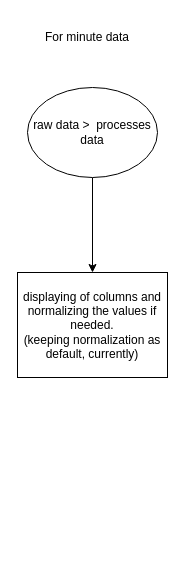
The draw.io diagram idea_viz.drawio in ryuzaki-ved/market_visualizations, before the edit. Source tidied: cells renumbered, new cells numbered last; positions are measured from the earlier drawing's top-left corner, leaving out a move shared by most shapes. Both pictures are drawn from the tidied source at 100%, with x=0, y=0 at pixel (17, 17).
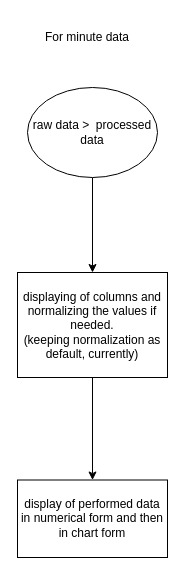
After the change.

Change to the diagram source:
```diff
@@
 <mxGraphModel>
   <root>
     <mxCell id="0" />
     <mxCell id="1" parent="0" />
     <mxCell id="2" value="For minute data" style="text;strokeColor=none;align=center;fillColor=none;html=1;verticalAlign=middle;whiteSpace=wrap;rounded=0;" parent="1" vertex="1">
       <mxGeometry x="20" width="100" height="40" as="geometry" />
     </mxCell>
     <mxCell id="3" style="edgeStyle=none;html=1;" parent="1" edge="1" source="4" target="5">
       <mxGeometry relative="1" as="geometry" />
     </mxCell>
-    <mxCell id="4" value="raw data &amp;gt;&amp;nbsp; processes data" style="ellipse;whiteSpace=wrap;html=1;" parent="1" vertex="1">
+    <mxCell id="4" value="raw data &amp;gt;&amp;nbsp; processed data" style="ellipse;whiteSpace=wrap;html=1;" parent="1" vertex="1">
       <mxGeometry x="10" y="70" width="130" height="90" as="geometry" />
     </mxCell>
+    <mxCell id="6" style="edgeStyle=none;html=1;" parent="1" edge="1" source="5" target="7">
+      <mxGeometry relative="1" as="geometry" />
+    </mxCell>
     <mxCell id="5" value="displaying of columns and normalizing the values if needed.&lt;br&gt;(keeping normalization as default, currently)" style="whiteSpace=wrap;html=1;" parent="1" vertex="1">
       <mxGeometry y="255" width="150" height="105" as="geometry" />
     </mxCell>
+    <mxCell id="7" value="display of performed data in numerical form and then in chart form" style="whiteSpace=wrap;html=1;" parent="1" vertex="1">
+      <mxGeometry y="462.5" width="150" height="77.5" as="geometry" />
+    </mxCell>
   </root>
 </mxGraphModel>
```
